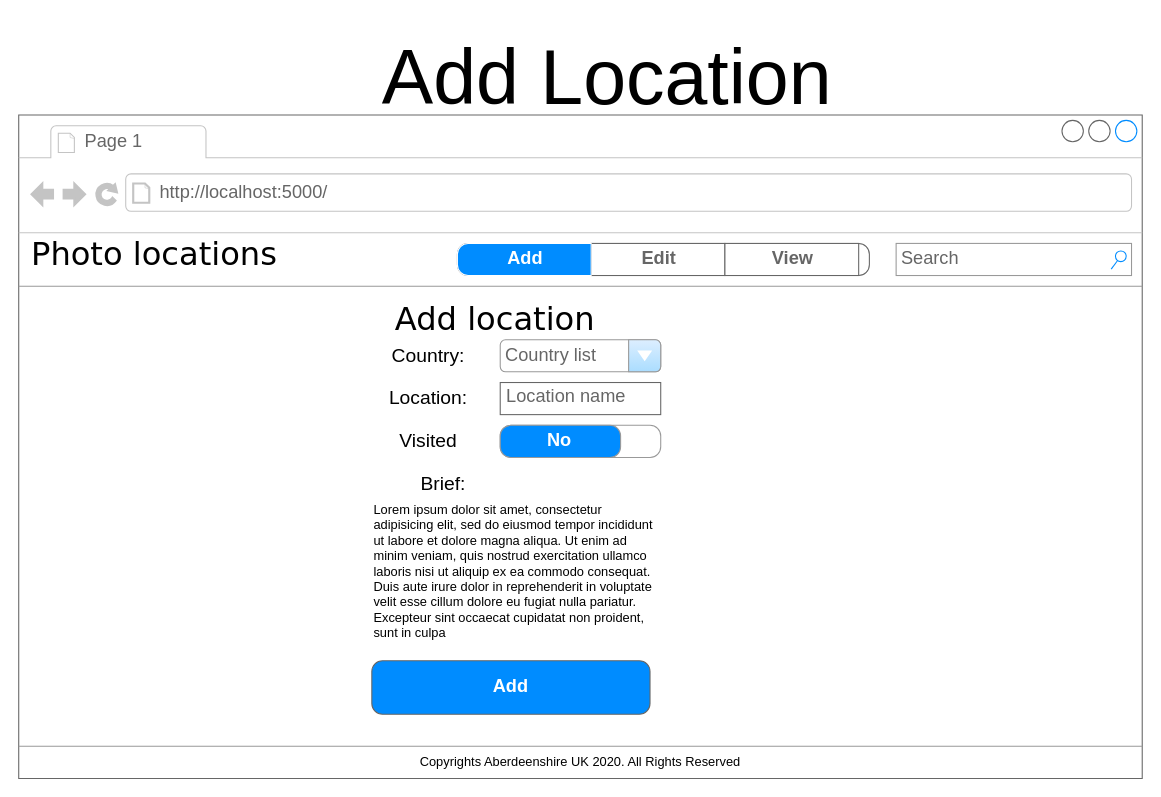
Earlier version of the draw.io diagram page "Add location" (4 of 9) of UX_design/Wireframe.drawio (Michalju/PhotoApp). Source tidied: cells renumbered, new cells numbered last; positions are measured from the earlier drawing's top-left corner, leaving out a move shared by most shapes. Both pictures are drawn from the tidied source at 107%, with x=0, y=0 at pixel (18, 18).
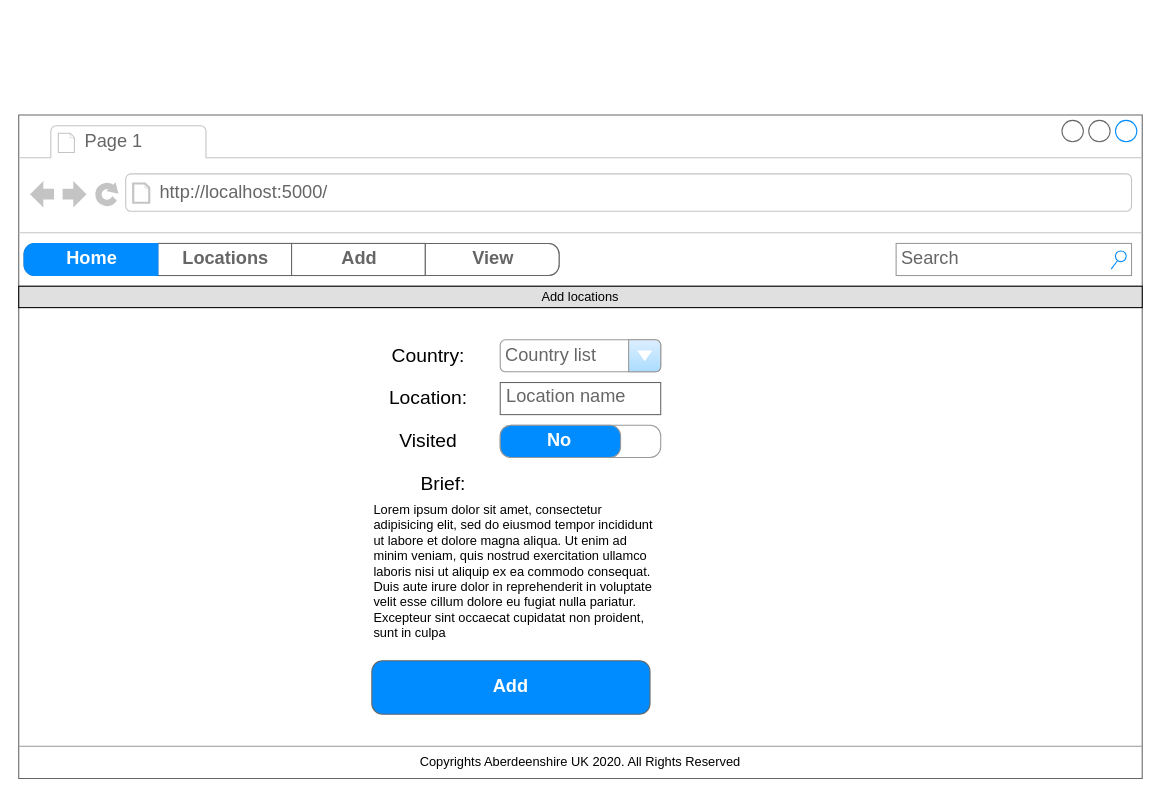
After the change.

Commit message (it also covers changes not shown here):
created add location page and redesigned wireframe

Unchanged cells that the change refers to:
```xml
<mxCell id="2" style="strokeWidth=1;shadow=0;dashed=0;align=center;html=1;shape=mxgraph.mockup.containers.browserWindow;rSize=0;strokeColor=#666666;mainText=,;rounded=0;labelBackgroundColor=none;fontFamily=Verdana;fontSize=12;" parent="1" vertex="1">
  <mxGeometry y="90" width="1050" height="620" as="geometry" />
</mxCell>
```

What changed in the source:
```diff
@@
-    <mxCell id="5" value="Photo locations" style="text;html=1;align=left;verticalAlign=top;spacingTop=-4;fontSize=30;fontFamily=Verdana;" parent="2" vertex="1">
-      <mxGeometry x="10" y="110" width="250" height="50" as="geometry" />
-    </mxCell>
@@
-    <mxCell id="9" style="strokeWidth=1;shadow=0;dashed=0;align=center;html=1;shape=mxgraph.mockup.rrect;rSize=10;fillColor=#ffffff;strokeColor=#666666;" parent="2" vertex="1">
-      <mxGeometry x="410" y="120" width="385" height="30" as="geometry" />
-    </mxCell>
-    <mxCell id="10" value="Edit" style="strokeColor=inherit;fillColor=inherit;gradientColor=inherit;strokeWidth=1;shadow=0;dashed=0;align=center;html=1;shape=mxgraph.mockup.rrect;rSize=0;fontSize=17;fontColor=#666666;fontStyle=1;" parent="9" vertex="1">
-      <mxGeometry width="125" height="30" relative="1" as="geometry">
-        <mxPoint x="125" as="offset" />
-      </mxGeometry>
-    </mxCell>
-    <mxCell id="11" value="View" style="strokeColor=inherit;fillColor=inherit;gradientColor=inherit;strokeWidth=1;shadow=0;dashed=0;align=center;html=1;shape=mxgraph.mockup.rrect;rSize=0;fontSize=17;fontColor=#666666;fontStyle=1;" parent="9" vertex="1">
-      <mxGeometry width="125" height="30" relative="1" as="geometry">
-        <mxPoint x="250" as="offset" />
-      </mxGeometry>
-    </mxCell>
-    <mxCell id="12" value="Add" style="strokeWidth=1;shadow=0;dashed=0;align=center;html=1;shape=mxgraph.mockup.leftButton;rSize=10;fontSize=17;fontColor=#ffffff;fontStyle=1;fillColor=#008cff;strokeColor=#FFFFFF;" parent="9" vertex="1">
-      <mxGeometry width="125" height="30" relative="1" as="geometry" />
-    </mxCell>
@@
-    <mxCell id="21" value="Add location" style="text;html=1;align=left;verticalAlign=top;spacingTop=-4;fontSize=30;fontFamily=Verdana;" parent="2" vertex="1">
-      <mxGeometry x="350" y="170" width="250" height="50" as="geometry" />
-    </mxCell>
@@
-    <mxCell id="24" value="&lt;font style=&quot;font-size: 72px&quot;&gt;Add Location&lt;/font&gt;" style="text;html=1;strokeColor=none;fillColor=none;align=center;verticalAlign=middle;whiteSpace=wrap;rounded=0;" parent="1" vertex="1">
-      <mxGeometry x="190" width="720" height="110" as="geometry" />
-    </mxCell>
+    <mxCell id="25" style="strokeWidth=1;shadow=0;dashed=0;align=center;html=1;shape=mxgraph.mockup.rrect;rSize=10;fillColor=#ffffff;strokeColor=#666666;" parent="2" vertex="1">
+      <mxGeometry x="5" y="120" width="500" height="30" as="geometry" />
+    </mxCell>
+    <mxCell id="26" value="Locations" style="strokeColor=inherit;fillColor=inherit;gradientColor=inherit;strokeWidth=1;shadow=0;dashed=0;align=center;html=1;shape=mxgraph.mockup.rrect;rSize=0;fontSize=17;fontColor=#666666;fontStyle=1;" parent="25" vertex="1">
+      <mxGeometry width="125" height="30" relative="1" as="geometry">
+        <mxPoint x="125" as="offset" />
+      </mxGeometry>
+    </mxCell>
+    <mxCell id="12" value="Add" style="strokeColor=inherit;fillColor=inherit;gradientColor=inherit;strokeWidth=1;shadow=0;dashed=0;align=center;html=1;shape=mxgraph.mockup.rrect;rSize=0;fontSize=17;fontColor=#666666;fontStyle=1;" parent="25" vertex="1">
+      <mxGeometry width="125" height="30" relative="1" as="geometry">
+        <mxPoint x="250" as="offset" />
+      </mxGeometry>
+    </mxCell>
+    <mxCell id="11" value="View" style="strokeColor=inherit;fillColor=inherit;gradientColor=inherit;strokeWidth=1;shadow=0;dashed=0;align=center;html=1;shape=mxgraph.mockup.rightButton;rSize=10;fontSize=17;fontColor=#666666;fontStyle=1;" parent="25" vertex="1">
+      <mxGeometry x="1" width="125" height="30" relative="1" as="geometry">
+        <mxPoint x="-125" as="offset" />
+      </mxGeometry>
+    </mxCell>
+    <mxCell id="27" value="Home" style="strokeWidth=1;shadow=0;dashed=0;align=center;html=1;shape=mxgraph.mockup.leftButton;rSize=10;fontSize=17;fontColor=#ffffff;fontStyle=1;fillColor=#008cff;strokeColor=#008cff;" parent="25" vertex="1">
+      <mxGeometry width="125" height="30" relative="1" as="geometry" />
+    </mxCell>
+    <mxCell id="28" value="Add locations" style="text;html=1;align=center;verticalAlign=middle;whiteSpace=wrap;rounded=0;perimeterSpacing=1;strokeColor=#000000;fillColor=#E0E0E0;" parent="2" vertex="1">
+      <mxGeometry y="160" width="1050" height="20" as="geometry" />
+    </mxCell>
```
